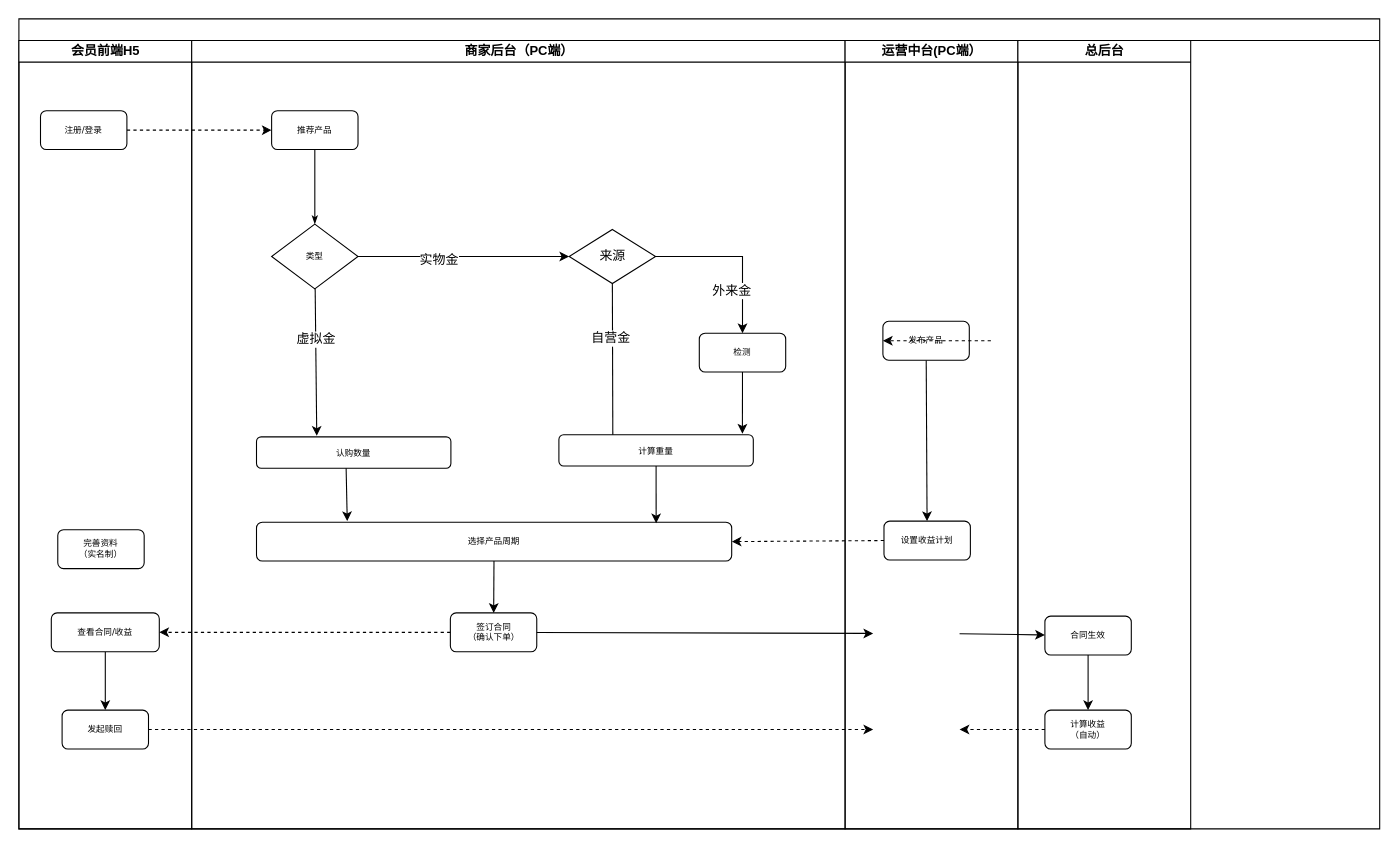
This is page "产业链" (2 of 3) of Untitled Diagram.drawio from ics86/ThisIsTest, a draw.io file, before an edit. Source tidied: cells renumbered, new cells numbered last; positions are measured from the earlier drawing's top-left corner, leaving out a move shared by most shapes. Both pictures are drawn from the tidied source at 108%, with x=0, y=0 at pixel (18, 18).
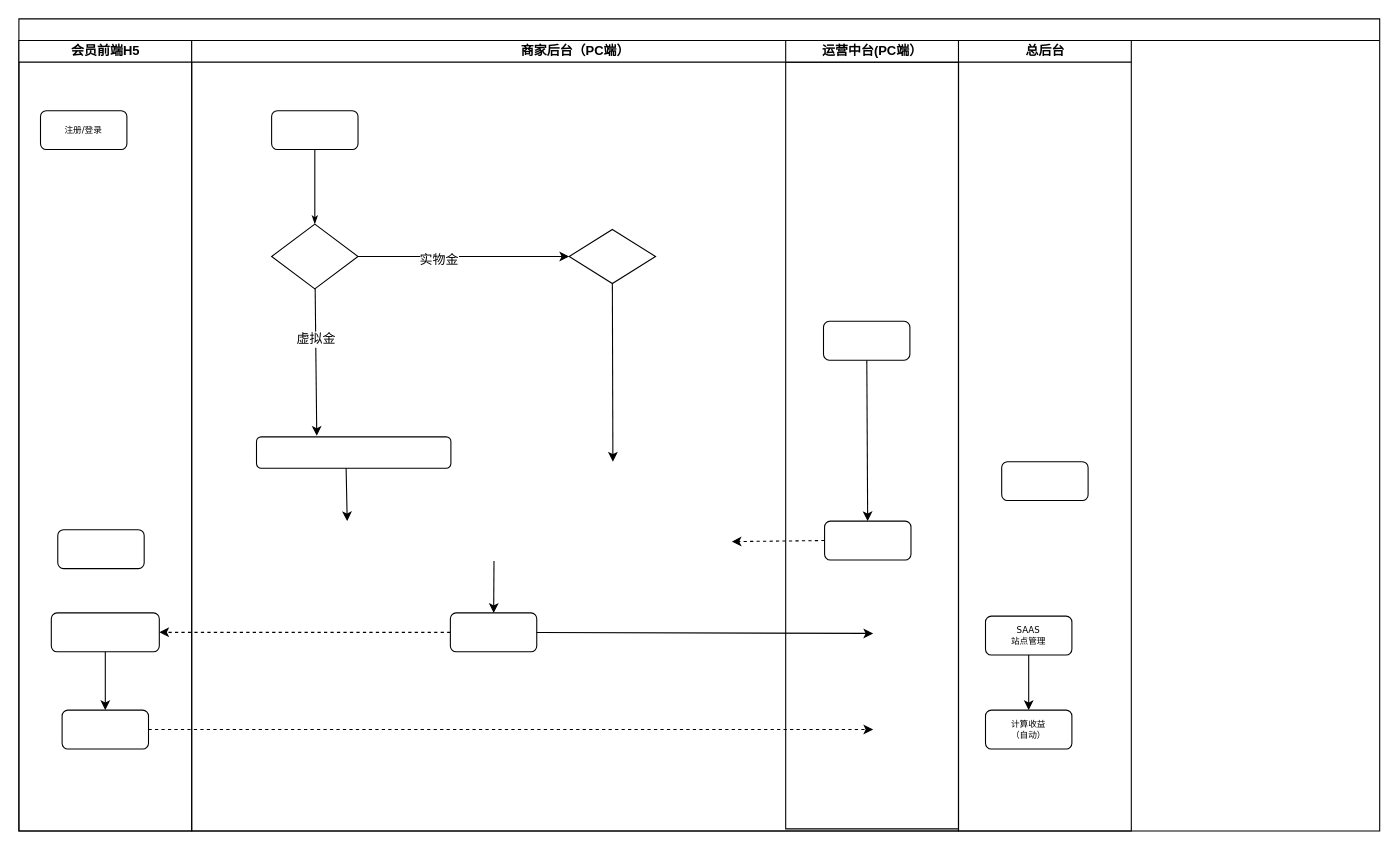
The same page after the edit.

The change refers to these unchanged cells:
```xml
<mxCell id="10" value="注册/登录" style="rounded=1;whiteSpace=wrap;html=1;shadow=0;labelBackgroundColor=none;strokeColor=#000000;strokeWidth=1;fillColor=#ffffff;fontFamily=Verdana;fontSize=8;fontColor=#000000;align=center;" parent="8" vertex="1">
  <mxGeometry x="-140" y="65" width="80" height="36" as="geometry" />
</mxCell>
<mxCell id="20" style="edgeStyle=none;rounded=0;jettySize=auto;html=1;exitX=0.5;exitY=1;exitDx=0;exitDy=0;" parent="8" edge="1" source="22">
  <mxGeometry relative="1" as="geometry">
    <mxPoint x="390" y="390" as="targetPoint" />
  </mxGeometry>
</mxCell>
<mxCell id="37" value="计算收益&lt;br&gt;（自动）" style="rounded=1;whiteSpace=wrap;html=1;shadow=0;labelBackgroundColor=none;strokeColor=#000000;strokeWidth=1;fillColor=#ffffff;fontFamily=Verdana;fontSize=8;fontColor=#000000;align=center;" parent="36" vertex="1">
  <mxGeometry x="25" y="620" width="80" height="36" as="geometry" />
</mxCell>
```

What changed in the source:
```diff
@@
     <mxCell id="2" style="swimlane;html=1;startSize=20;rounded=0;shadow=0;labelBackgroundColor=none;strokeColor=#000000;strokeWidth=1;fillColor=#ffffff;fontFamily=Verdana;fontSize=8;fontColor=#000000;align=center;" parent="1" vertex="1">
-      <mxGeometry width="1260" height="750" as="geometry" />
+      <mxGeometry width="1260" height="752" as="geometry" />
     </mxCell>
     <mxCell id="3" value="会员前端H5" style="swimlane;html=1;startSize=20;" parent="2" vertex="1">
-      <mxGeometry y="20" width="160" height="730" as="geometry" />
+      <mxGeometry y="20" width="160" height="732" as="geometry" />
     </mxCell>
-    <mxCell id="4" value="完善资料&lt;br&gt;（实名制）" style="rounded=1;whiteSpace=wrap;html=1;shadow=0;labelBackgroundColor=none;strokeColor=#000000;strokeWidth=1;fillColor=#ffffff;fontFamily=Verdana;fontSize=8;fontColor=#000000;align=center;" parent="3" vertex="1">
+    <mxCell id="4" style="rounded=1;whiteSpace=wrap;html=1;shadow=0;labelBackgroundColor=none;strokeColor=#000000;strokeWidth=1;fillColor=#ffffff;fontFamily=Verdana;fontSize=8;fontColor=#000000;align=center;" parent="3" vertex="1">
       <mxGeometry x="36" y="453" width="80" height="36" as="geometry" />
     </mxCell>
@@
-    <mxCell id="6" value="查看合同/收益" style="rounded=1;whiteSpace=wrap;html=1;shadow=0;labelBackgroundColor=none;strokeColor=#000000;strokeWidth=1;fillColor=#ffffff;fontFamily=Verdana;fontSize=8;fontColor=#000000;align=center;" parent="3" vertex="1">
+    <mxCell id="6" style="rounded=1;whiteSpace=wrap;html=1;shadow=0;labelBackgroundColor=none;strokeColor=#000000;strokeWidth=1;fillColor=#ffffff;fontFamily=Verdana;fontSize=8;fontColor=#000000;align=center;" parent="3" vertex="1">
       <mxGeometry x="30" y="530" width="100" height="36" as="geometry" />
     </mxCell>
-    <mxCell id="7" value="发起赎回" style="rounded=1;whiteSpace=wrap;html=1;shadow=0;labelBackgroundColor=none;strokeColor=#000000;strokeWidth=1;fillColor=#ffffff;fontFamily=Verdana;fontSize=8;fontColor=#000000;align=center;" parent="3" vertex="1">
+    <mxCell id="7" style="rounded=1;whiteSpace=wrap;html=1;shadow=0;labelBackgroundColor=none;strokeColor=#000000;strokeWidth=1;fillColor=#ffffff;fontFamily=Verdana;fontSize=8;fontColor=#000000;align=center;" parent="3" vertex="1">
       <mxGeometry x="40" y="620" width="80" height="36" as="geometry" />
     </mxCell>
     <mxCell id="8" value="商家后台（PC端）" style="swimlane;html=1;startSize=20;" parent="2" vertex="1">
-      <mxGeometry x="160" y="20" width="605" height="730" as="geometry" />
+      <mxGeometry x="160" y="20" width="710" height="732" as="geometry" />
     </mxCell>
-    <mxCell id="9" style="edgeStyle=orthogonalEdgeStyle;rounded=0;jettySize=auto;html=1;entryX=0;entryY=0.5;entryDx=0;entryDy=0;dashed=1;" parent="8" edge="1" source="10" target="11">
-      <mxGeometry relative="1" as="geometry">
-        <Array as="points">
-          <mxPoint x="-10" y="83" />
-          <mxPoint x="-10" y="83" />
-        </Array>
-      </mxGeometry>
-    </mxCell>
@@
-    <mxCell id="11" value="推荐产品" style="rounded=1;whiteSpace=wrap;html=1;shadow=0;labelBackgroundColor=none;strokeColor=#000000;strokeWidth=1;fillColor=#ffffff;fontFamily=Verdana;fontSize=8;fontColor=#000000;align=center;" parent="8" vertex="1">
+    <mxCell id="11" style="rounded=1;whiteSpace=wrap;html=1;shadow=0;labelBackgroundColor=none;strokeColor=#000000;strokeWidth=1;fillColor=#ffffff;fontFamily=Verdana;fontSize=8;fontColor=#000000;align=center;" parent="8" vertex="1">
       <mxGeometry x="74" y="65" width="80" height="36" as="geometry" />
     </mxCell>
@@
-    <mxCell id="15" value="类型" style="rhombus;whiteSpace=wrap;html=1;rounded=0;shadow=0;labelBackgroundColor=none;strokeColor=#000000;strokeWidth=1;fillColor=#ffffff;fontFamily=Verdana;fontSize=8;fontColor=#000000;align=center;" parent="8" vertex="1">
+    <mxCell id="15" style="rhombus;whiteSpace=wrap;html=1;rounded=0;shadow=0;labelBackgroundColor=none;strokeColor=#000000;strokeWidth=1;fillColor=#ffffff;fontFamily=Verdana;fontSize=8;fontColor=#000000;align=center;" parent="8" vertex="1">
       <mxGeometry x="74" y="170" width="80" height="60" as="geometry" />
     </mxCell>
@@
-    <mxCell id="18" style="edgeStyle=none;rounded=0;jettySize=auto;html=1;entryX=0.5;entryY=0;entryDx=0;entryDy=0;exitX=1;exitY=0.5;exitDx=0;exitDy=0;" parent="8" edge="1" source="22" target="25">
-      <mxGeometry relative="1" as="geometry">
-        <Array as="points">
-          <mxPoint x="510" y="200" />
-        </Array>
-      </mxGeometry>
-    </mxCell>
-    <mxCell id="19" value="外来金" style="text;html=1;align=center;verticalAlign=middle;labelBackgroundColor=#ffffff;" parent="18" vertex="1">
-      <mxGeometry x="-0.1" y="-31" relative="1" as="geometry">
-        <mxPoint x="2" as="offset" />
-      </mxGeometry>
-    </mxCell>
@@
-    <mxCell id="21" value="自营金" style="text;html=1;align=center;verticalAlign=middle;labelBackgroundColor=#ffffff;" parent="20" vertex="1">
-      <mxGeometry x="-0.39" y="-2" relative="1" as="geometry" />
-    </mxCell>
-    <mxCell id="22" value="来源" style="rhombus;whiteSpace=wrap;html=1;" parent="8" vertex="1">
+    <mxCell id="22" value="&amp;nbsp;" style="rhombus;whiteSpace=wrap;html=1;" parent="8" vertex="1">
       <mxGeometry x="349.5" y="175" width="80" height="50" as="geometry" />
     </mxCell>
-    <mxCell id="23" value="签订合同&lt;br&gt;（确认下单）" style="rounded=1;whiteSpace=wrap;html=1;shadow=0;labelBackgroundColor=none;strokeColor=#000000;strokeWidth=1;fillColor=#ffffff;fontFamily=Verdana;fontSize=8;fontColor=#000000;align=center;" parent="8" vertex="1">
+    <mxCell id="23" style="rounded=1;whiteSpace=wrap;html=1;shadow=0;labelBackgroundColor=none;strokeColor=#000000;strokeWidth=1;fillColor=#ffffff;fontFamily=Verdana;fontSize=8;fontColor=#000000;align=center;" parent="8" vertex="1">
       <mxGeometry x="239.5" y="530" width="80" height="36" as="geometry" />
     </mxCell>
-    <mxCell id="24" style="edgeStyle=none;rounded=0;jettySize=auto;html=1;entryX=0.944;entryY=-0.034;entryDx=0;entryDy=0;entryPerimeter=0;" parent="8" edge="1" source="25" target="29">
-      <mxGeometry relative="1" as="geometry" />
-    </mxCell>
-    <mxCell id="25" value="检测" style="rounded=1;whiteSpace=wrap;html=1;shadow=0;labelBackgroundColor=none;strokeColor=#000000;strokeWidth=1;fillColor=#ffffff;fontFamily=Verdana;fontSize=8;fontColor=#000000;align=center;" parent="8" vertex="1">
-      <mxGeometry x="470" y="271" width="80" height="36" as="geometry" />
-    </mxCell>
-    <mxCell id="26" style="edgeStyle=none;rounded=0;jettySize=auto;html=1;" parent="8" edge="1" source="27" target="23">
-      <mxGeometry relative="1" as="geometry" />
+    <mxCell id="26" style="edgeStyle=none;rounded=0;jettySize=auto;html=1;" parent="8" edge="1" target="23">
+      <mxGeometry relative="1" as="geometry">
+        <mxPoint x="279.9" y="482" as="sourcePoint" />
+      </mxGeometry>
     </mxCell>
-    <mxCell id="27" value="选择产品周期" style="rounded=1;whiteSpace=wrap;html=1;shadow=0;labelBackgroundColor=none;strokeColor=#000000;strokeWidth=1;fillColor=#ffffff;fontFamily=Verdana;fontSize=8;fontColor=#000000;align=center;" parent="8" vertex="1">
-      <mxGeometry x="60" y="446" width="440" height="36" as="geometry" />
-    </mxCell>
-    <mxCell id="28" value="认购数量" style="rounded=1;whiteSpace=wrap;html=1;shadow=0;labelBackgroundColor=none;strokeColor=#000000;strokeWidth=1;fillColor=#ffffff;fontFamily=Verdana;fontSize=8;fontColor=#000000;align=center;" parent="8" vertex="1">
+    <mxCell id="28" style="rounded=1;whiteSpace=wrap;html=1;shadow=0;labelBackgroundColor=none;strokeColor=#000000;strokeWidth=1;fillColor=#ffffff;fontFamily=Verdana;fontSize=8;fontColor=#000000;align=center;" parent="8" vertex="1">
       <mxGeometry x="60" y="367" width="180" height="29" as="geometry" />
     </mxCell>
-    <mxCell id="29" value="计算重量" style="rounded=1;whiteSpace=wrap;html=1;shadow=0;labelBackgroundColor=none;strokeColor=#000000;strokeWidth=1;fillColor=#ffffff;fontFamily=Verdana;fontSize=8;fontColor=#000000;align=center;" parent="8" vertex="1">
-      <mxGeometry x="340" y="365" width="180" height="29" as="geometry" />
-    </mxCell>
-    <mxCell id="30" style="edgeStyle=none;rounded=0;jettySize=auto;html=1;exitX=0.461;exitY=1;exitDx=0;exitDy=0;exitPerimeter=0;entryX=0.191;entryY=-0.028;entryDx=0;entryDy=0;entryPerimeter=0;" parent="8" edge="1" source="28" target="27">
-      <mxGeometry relative="1" as="geometry" />
+    <mxCell id="30" style="edgeStyle=none;rounded=0;jettySize=auto;html=1;exitX=0.461;exitY=1;exitDx=0;exitDy=0;exitPerimeter=0;entryX=0.191;entryY=-0.028;entryDx=0;entryDy=0;entryPerimeter=0;" parent="8" edge="1" source="28">
+      <mxGeometry relative="1" as="geometry">
+        <mxPoint x="144" y="445" as="targetPoint" />
+      </mxGeometry>
     </mxCell>
-    <mxCell id="31" style="edgeStyle=none;rounded=0;jettySize=auto;html=1;exitX=0.5;exitY=1;exitDx=0;exitDy=0;entryX=0.841;entryY=0.028;entryDx=0;entryDy=0;entryPerimeter=0;" parent="8" edge="1" source="29" target="27">
-      <mxGeometry relative="1" as="geometry" />
-    </mxCell>
-    <mxCell id="32" value="运营中台(PC端）" style="swimlane;html=1;startSize=20;" parent="2" vertex="1">
-      <mxGeometry x="765" y="20" width="160" height="730" as="geometry" />
+    <mxCell id="32" value="运营中台(PC端）" style="swimlane;html=1;startSize=20;" parent="8" vertex="1">
+      <mxGeometry x="550" width="160" height="730" as="geometry" />
     </mxCell>
@@
-    <mxCell id="34" value="发布产品" style="rounded=1;whiteSpace=wrap;html=1;shadow=0;labelBackgroundColor=none;strokeColor=#000000;strokeWidth=1;fillColor=#ffffff;fontFamily=Verdana;fontSize=8;fontColor=#000000;align=center;" parent="32" vertex="1">
+    <mxCell id="34" style="rounded=1;whiteSpace=wrap;html=1;shadow=0;labelBackgroundColor=none;strokeColor=#000000;strokeWidth=1;fillColor=#ffffff;fontFamily=Verdana;fontSize=8;fontColor=#000000;align=center;" parent="32" vertex="1">
       <mxGeometry x="35" y="260" width="80" height="36" as="geometry" />
     </mxCell>
-    <mxCell id="35" value="设置收益计划" style="rounded=1;whiteSpace=wrap;html=1;shadow=0;labelBackgroundColor=none;strokeColor=#000000;strokeWidth=1;fillColor=#ffffff;fontFamily=Verdana;fontSize=8;fontColor=#000000;align=center;" parent="32" vertex="1">
+    <mxCell id="35" style="rounded=1;whiteSpace=wrap;html=1;shadow=0;labelBackgroundColor=none;strokeColor=#000000;strokeWidth=1;fillColor=#ffffff;fontFamily=Verdana;fontSize=8;fontColor=#000000;align=center;" parent="32" vertex="1">
       <mxGeometry x="36" y="445" width="80" height="36" as="geometry" />
     </mxCell>
     <mxCell id="36" value="总后台" style="swimlane;html=1;startSize=20;" parent="2" vertex="1">
-      <mxGeometry x="925" y="20" width="160" height="730" as="geometry" />
+      <mxGeometry x="870" y="20" width="160" height="732" as="geometry" />
     </mxCell>
@@
-    <mxCell id="39" value="合同生效" style="rounded=1;whiteSpace=wrap;html=1;shadow=0;labelBackgroundColor=none;strokeColor=#000000;strokeWidth=1;fillColor=#ffffff;fontFamily=Verdana;fontSize=8;fontColor=#000000;align=center;" parent="36" vertex="1">
+    <mxCell id="39" value="SAAS&lt;br&gt;站点管理" style="rounded=1;whiteSpace=wrap;html=1;shadow=0;labelBackgroundColor=none;strokeColor=#000000;strokeWidth=1;fillColor=#ffffff;fontFamily=Verdana;fontSize=8;fontColor=#000000;align=center;" parent="36" vertex="1">
       <mxGeometry x="25" y="533" width="80" height="36" as="geometry" />
     </mxCell>
+    <mxCell id="47" style="rounded=1;whiteSpace=wrap;html=1;shadow=0;labelBackgroundColor=none;strokeColor=#000000;strokeWidth=1;fillColor=#ffffff;fontFamily=Verdana;fontSize=8;fontColor=#000000;align=center;" parent="36" vertex="1">
+      <mxGeometry x="40" y="390" width="80" height="36" as="geometry" />
+    </mxCell>
@@
-    <mxCell id="41" style="edgeStyle=none;rounded=0;jettySize=auto;html=1;" parent="2" edge="1" target="39">
-      <mxGeometry relative="1" as="geometry">
-        <mxPoint x="871" y="569.3" as="sourcePoint" />
-      </mxGeometry>
-    </mxCell>
@@
-    <mxCell id="44" style="edgeStyle=none;rounded=0;jettySize=auto;html=1;entryX=0;entryY=0.5;entryDx=0;entryDy=0;dashed=1;exitX=1;exitY=0.5;exitDx=0;exitDy=0;" parent="2" edge="1" target="34">
-      <mxGeometry relative="1" as="geometry">
-        <mxPoint x="900" y="298" as="sourcePoint" />
-      </mxGeometry>
-    </mxCell>
-    <mxCell id="45" style="edgeStyle=none;rounded=0;jettySize=auto;html=1;entryX=1;entryY=0.5;entryDx=0;entryDy=0;dashed=1;" parent="2" edge="1" source="37">
-      <mxGeometry relative="1" as="geometry">
-        <mxPoint x="871" y="658" as="targetPoint" />
-      </mxGeometry>
-    </mxCell>
-    <mxCell id="46" style="edgeStyle=none;rounded=0;jettySize=auto;html=1;entryX=1;entryY=0.5;entryDx=0;entryDy=0;exitX=0;exitY=0.5;exitDx=0;exitDy=0;dashed=1;" parent="2" edge="1" source="35" target="27">
-      <mxGeometry relative="1" as="geometry" />
+    <mxCell id="46" style="edgeStyle=none;rounded=0;jettySize=auto;html=1;entryX=1;entryY=0.5;entryDx=0;entryDy=0;exitX=0;exitY=0.5;exitDx=0;exitDy=0;dashed=1;" parent="2" edge="1" source="35">
+      <mxGeometry relative="1" as="geometry">
+        <mxPoint x="660" y="484" as="targetPoint" />
+      </mxGeometry>
     </mxCell>
```
